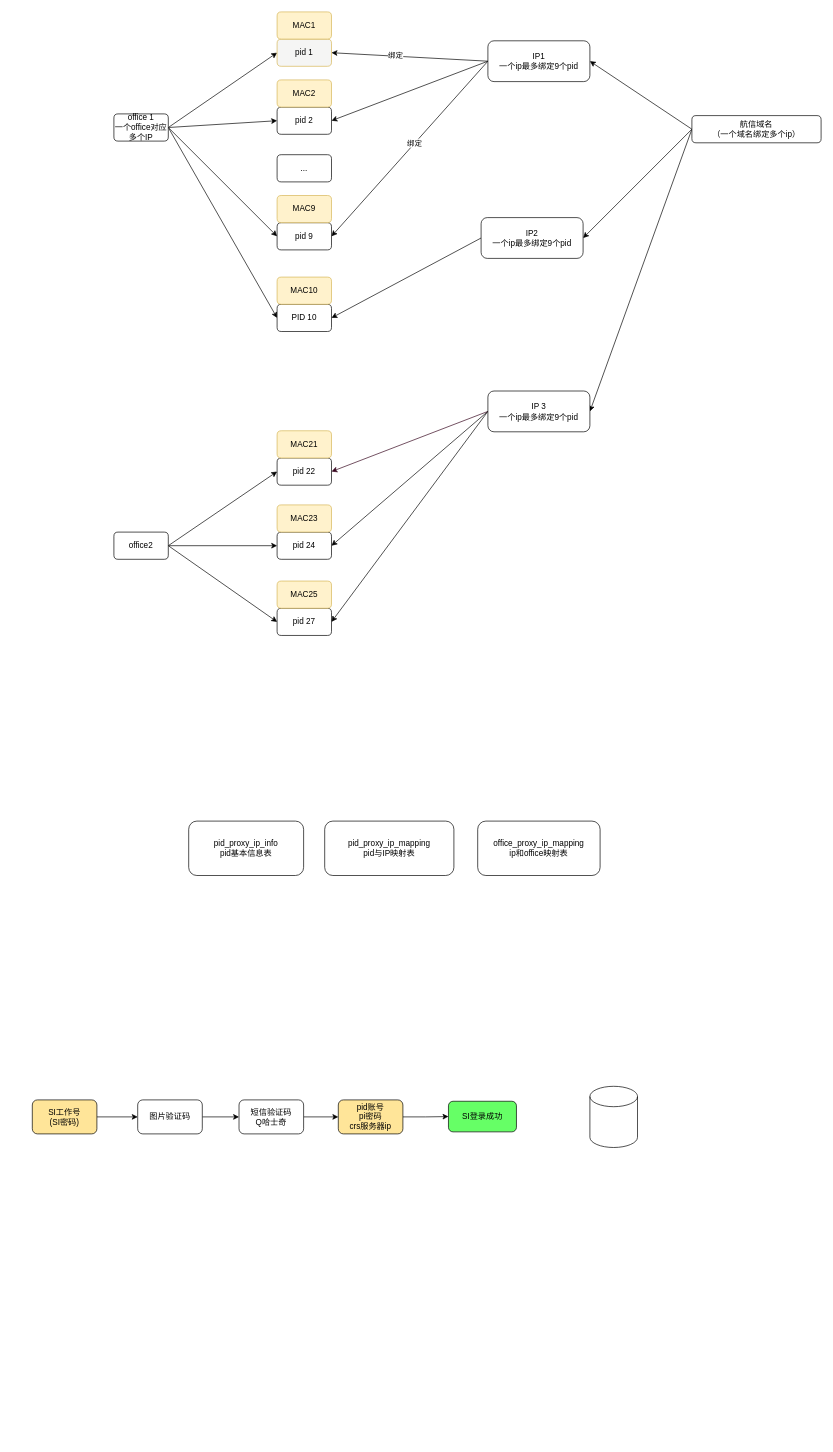
This is page "06-pid" (6 of 6) of 01-系统日常梳理.drawio from liuzhongye/draw-io, a draw.io file, before an edit. Source tidied: cells renumbered, new cells numbered last; positions are measured from the earlier drawing's top-left corner, leaving out a move shared by most shapes. Both pictures are drawn from the tidied source at 68%, with x=0, y=0 at pixel (32, 12).
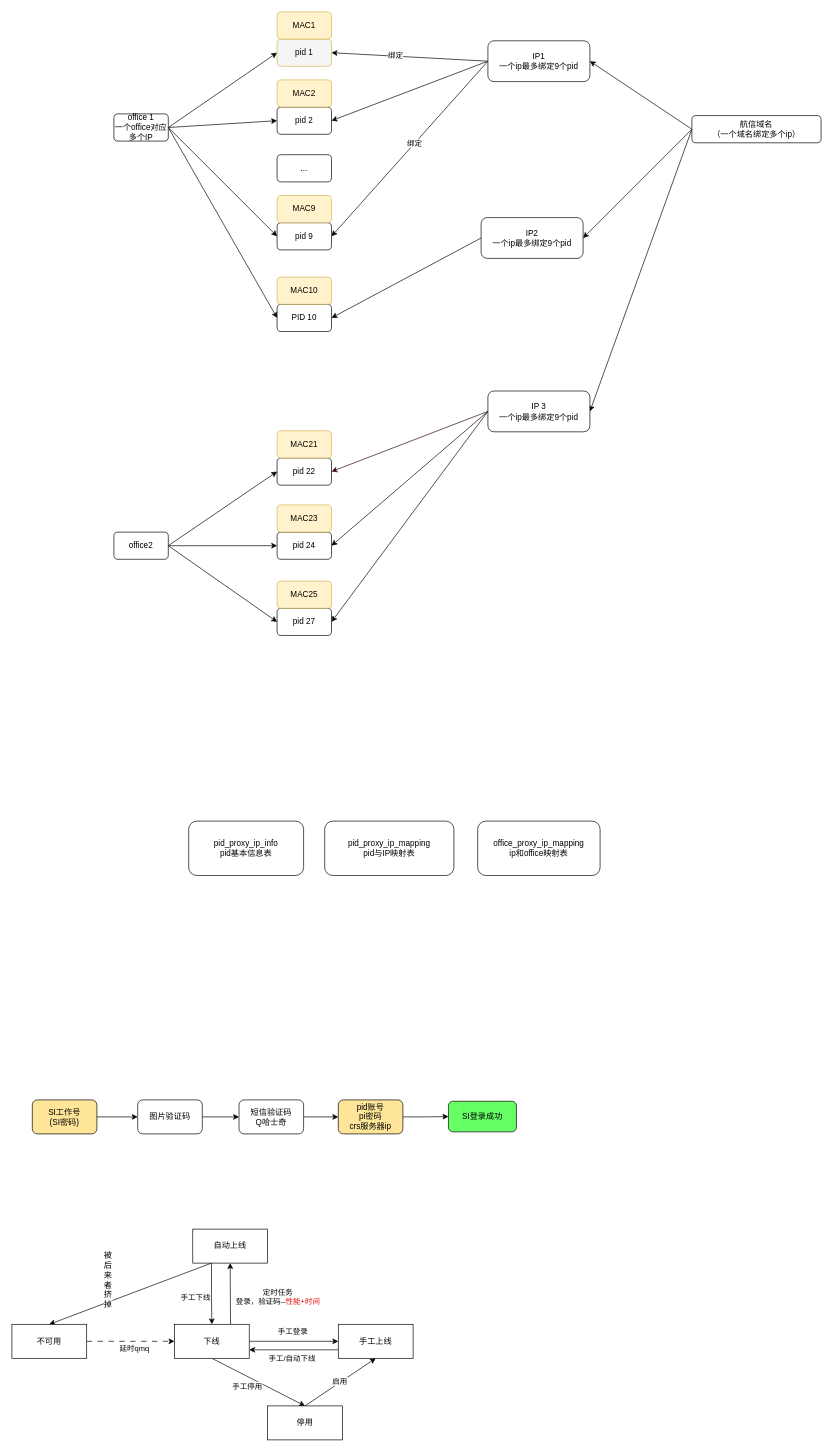
Above is the later version.

Commit message:
更新01-系统日常梳理.drawio

Change to the diagram source:
```diff
@@
-    <mxCell id="54" style="shape=cylinder3;whiteSpace=wrap;html=1;boundedLbl=1;backgroundOutline=1;size=15;" parent="1" vertex="1">
-      <mxGeometry x="820" y="1580" width="70" height="90" as="geometry" />
-    </mxCell>
+    <mxCell id="55" style="rounded=0;jettySize=auto;html=1;exitX=0.25;exitY=1;exitDx=0;exitDy=0;entryX=0.5;entryY=0;entryDx=0;entryDy=0;" parent="1" edge="1" source="59" target="75">
+      <mxGeometry relative="1" as="geometry" />
+    </mxCell>
+    <mxCell id="56" value="&lt;span style=&quot;font-size: 12px; text-wrap-mode: wrap; background-color: rgb(251, 251, 251);&quot;&gt;被后来者挤掉&lt;/span&gt;" style="edgeLabel;html=1;align=center;verticalAlign=middle;" parent="55" vertex="1">
+      <mxGeometry x="-0.29" y="2" relative="1" as="geometry">
+        <mxPoint x="-70" y="-9" as="offset" />
+      </mxGeometry>
+    </mxCell>
+    <mxCell id="57" style="edgeStyle=orthogonalEdgeStyle;rounded=0;jettySize=auto;html=1;exitX=0.25;exitY=1;exitDx=0;exitDy=0;entryX=0.5;entryY=0;entryDx=0;entryDy=0;" parent="1" edge="1" source="59" target="66">
+      <mxGeometry relative="1" as="geometry" />
+    </mxCell>
+    <mxCell id="58" value="手工下线" style="edgeLabel;html=1;align=center;verticalAlign=middle;" parent="57" vertex="1">
+      <mxGeometry x="-0.13" y="-1" relative="1" as="geometry">
+        <mxPoint x="-23" y="11" as="offset" />
+      </mxGeometry>
+    </mxCell>
+    <mxCell id="59" value="自动上线" style="html=1;whiteSpace=wrap;" parent="1" vertex="1">
+      <mxGeometry x="236" y="1790" width="110" height="50" as="geometry" />
+    </mxCell>
+    <mxCell id="60" style="edgeStyle=orthogonalEdgeStyle;rounded=0;jettySize=auto;html=1;exitX=1;exitY=0.5;exitDx=0;exitDy=0;" parent="1" edge="1" source="66" target="72">
+      <mxGeometry relative="1" as="geometry" />
+    </mxCell>
+    <mxCell id="61" value="手工登录" style="edgeLabel;html=1;align=center;verticalAlign=middle;" parent="60" vertex="1">
+      <mxGeometry x="-0.25" y="1" relative="1" as="geometry">
+        <mxPoint x="14" y="-14" as="offset" />
+      </mxGeometry>
+    </mxCell>
+    <mxCell id="62" style="rounded=0;jettySize=auto;html=1;exitX=0.75;exitY=0;exitDx=0;exitDy=0;entryX=0.5;entryY=1;entryDx=0;entryDy=0;" parent="1" edge="1" source="66" target="59">
+      <mxGeometry relative="1" as="geometry" />
+    </mxCell>
+    <mxCell id="63" value="定时任务&lt;br&gt;登录，验证码--&lt;font color=&quot;#ec0909&quot;&gt;性能+时间&lt;/font&gt;" style="edgeLabel;html=1;align=center;verticalAlign=middle;" parent="62" vertex="1">
+      <mxGeometry x="-0.11" y="-3" relative="1" as="geometry">
+        <mxPoint x="66" as="offset" />
+      </mxGeometry>
+    </mxCell>
+    <mxCell id="64" style="rounded=0;jettySize=auto;html=1;exitX=0.5;exitY=1;exitDx=0;exitDy=0;entryX=0.5;entryY=0;entryDx=0;entryDy=0;" parent="1" edge="1" source="66" target="69">
+      <mxGeometry relative="1" as="geometry" />
+    </mxCell>
+    <mxCell id="65" value="手工停用" style="edgeLabel;html=1;align=center;verticalAlign=middle;" parent="64" vertex="1">
+      <mxGeometry x="-0.05" relative="1" as="geometry">
+        <mxPoint x="-14" y="7" as="offset" />
+      </mxGeometry>
+    </mxCell>
+    <mxCell id="66" value="下线" style="html=1;whiteSpace=wrap;" parent="1" vertex="1">
+      <mxGeometry x="209" y="1930" width="110" height="50" as="geometry" />
+    </mxCell>
+    <mxCell id="67" style="rounded=0;jettySize=auto;html=1;exitX=0.5;exitY=0;exitDx=0;exitDy=0;entryX=0.5;entryY=1;entryDx=0;entryDy=0;" parent="1" edge="1" source="69" target="72">
+      <mxGeometry relative="1" as="geometry" />
+    </mxCell>
+    <mxCell id="68" value="启用" style="edgeLabel;html=1;align=center;verticalAlign=middle;" parent="67" vertex="1">
+      <mxGeometry x="-0.37" y="2" relative="1" as="geometry">
+        <mxPoint x="19" y="-13" as="offset" />
+      </mxGeometry>
+    </mxCell>
+    <mxCell id="69" value="停用" style="html=1;whiteSpace=wrap;" parent="1" vertex="1">
+      <mxGeometry x="346" y="2050" width="110" height="50" as="geometry" />
+    </mxCell>
+    <mxCell id="70" style="edgeStyle=orthogonalEdgeStyle;rounded=0;jettySize=auto;html=1;exitX=0;exitY=0.75;exitDx=0;exitDy=0;entryX=1;entryY=0.75;entryDx=0;entryDy=0;" parent="1" edge="1" source="72" target="66">
+      <mxGeometry relative="1" as="geometry" />
+    </mxCell>
+    <mxCell id="71" value="手工/自动下线" style="edgeLabel;html=1;align=center;verticalAlign=middle;" parent="70" vertex="1">
+      <mxGeometry x="0.18" relative="1" as="geometry">
+        <mxPoint x="8" y="13" as="offset" />
+      </mxGeometry>
+    </mxCell>
+    <mxCell id="72" value="手工上线" style="html=1;whiteSpace=wrap;" parent="1" vertex="1">
+      <mxGeometry x="450" y="1930" width="110" height="50" as="geometry" />
+    </mxCell>
+    <mxCell id="73" style="rounded=0;jettySize=auto;html=1;exitX=1;exitY=0.5;exitDx=0;exitDy=0;entryX=0;entryY=0.5;entryDx=0;entryDy=0;dashed=1;dashPattern=8 8;" parent="1" edge="1" source="75" target="66">
+      <mxGeometry relative="1" as="geometry" />
+    </mxCell>
+    <mxCell id="74" value="延时qmq" style="edgeLabel;html=1;align=center;verticalAlign=middle;" parent="73" vertex="1">
+      <mxGeometry x="-0.19" y="-2" relative="1" as="geometry">
+        <mxPoint x="17" y="8" as="offset" />
+      </mxGeometry>
+    </mxCell>
+    <mxCell id="75" value="不可用" style="html=1;whiteSpace=wrap;" parent="1" vertex="1">
+      <mxGeometry x="-30" y="1930" width="110" height="50" as="geometry" />
+    </mxCell>
```
